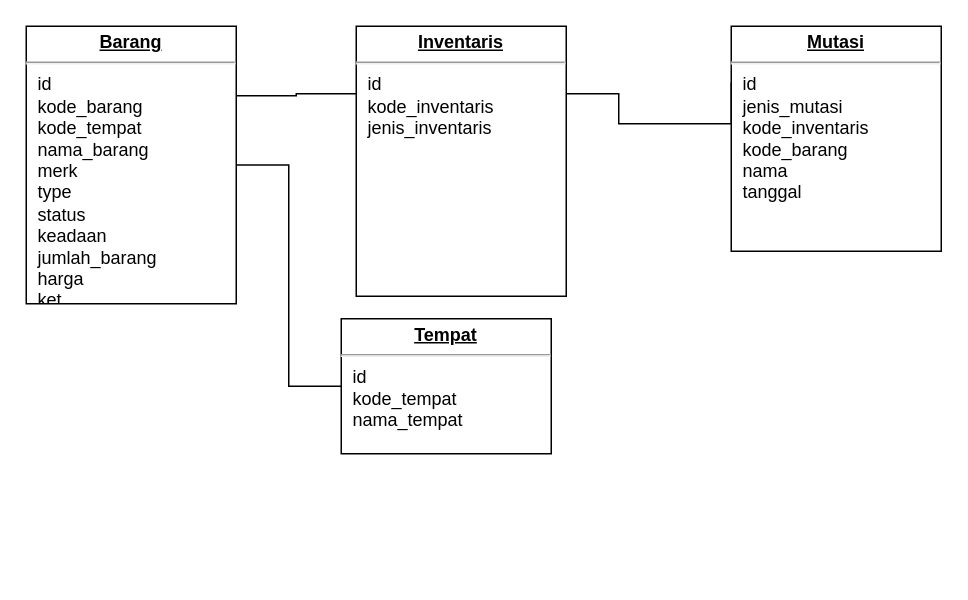
Above: Inventaris Barang.drawio in veriiswantodev/inventaris (draw.io), before the change. Source tidied: cells renumbered, new cells numbered last; positions are measured from the earlier drawing's top-left corner, leaving out a move shared by most shapes. Both pictures are drawn from the tidied source at 150%, with x=0, y=0 at pixel (26, 26).
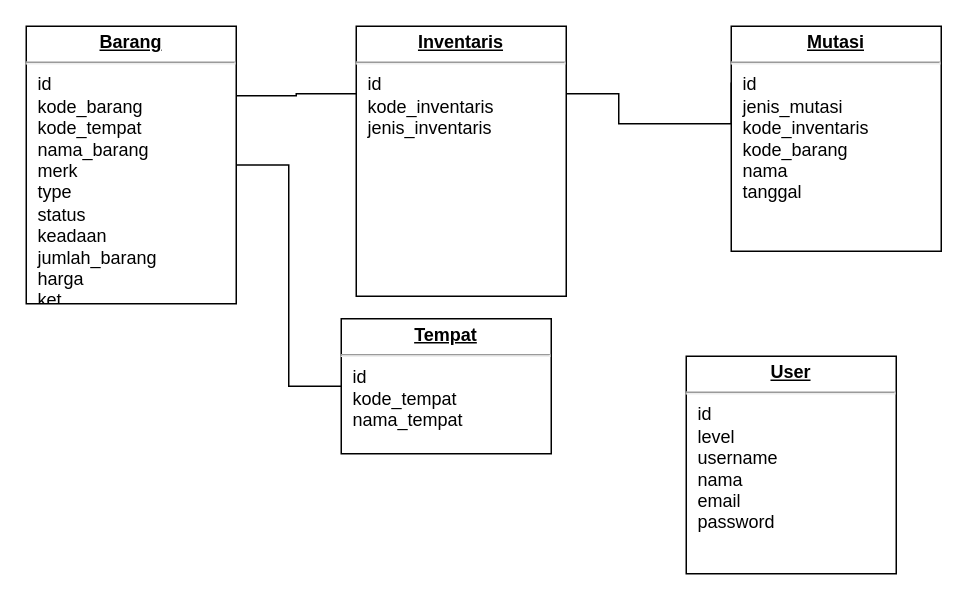
The same diagram, later.

Diff of the diagram source:
```diff
@@
 <mxGraphModel>
   <root>
     <mxCell id="0" />
     <mxCell id="1" parent="0" />
     <mxCell id="2" style="edgeStyle=orthogonalEdgeStyle;rounded=0;jettySize=auto;html=1;exitX=1;exitY=0.5;exitDx=0;exitDy=0;entryX=0;entryY=0.5;entryDx=0;entryDy=0;endArrow=none;endFill=0;" parent="1" edge="1" source="3" target="8">
       <mxGeometry relative="1" as="geometry" />
     </mxCell>
     <mxCell id="3" value="&lt;p style=&quot;margin: 0px ; margin-top: 4px ; text-align: center ; text-decoration: underline&quot;&gt;&lt;b&gt;Barang&lt;/b&gt;&lt;/p&gt;&lt;hr&gt;&lt;p style=&quot;margin: 0px ; margin-left: 8px&quot;&gt;id&lt;/p&gt;&lt;p style=&quot;margin: 0px ; margin-left: 8px&quot;&gt;kode_barang&lt;/p&gt;&lt;p style=&quot;margin: 0px ; margin-left: 8px&quot;&gt;kode_tempat&lt;br&gt;nama_barang&lt;br&gt;merk&lt;/p&gt;&lt;p style=&quot;margin: 0px ; margin-left: 8px&quot;&gt;type&lt;/p&gt;&lt;p style=&quot;margin: 0px ; margin-left: 8px&quot;&gt;status&lt;/p&gt;&lt;p style=&quot;margin: 0px ; margin-left: 8px&quot;&gt;keadaan&lt;/p&gt;&lt;p style=&quot;margin: 0px ; margin-left: 8px&quot;&gt;jumlah_barang&lt;/p&gt;&lt;p style=&quot;margin: 0px ; margin-left: 8px&quot;&gt;harga&lt;/p&gt;&lt;p style=&quot;margin: 0px ; margin-left: 8px&quot;&gt;ket&lt;/p&gt;" style="verticalAlign=top;align=left;overflow=fill;fontSize=12;fontFamily=Helvetica;html=1;rounded=0;shadow=0;comic=0;labelBackgroundColor=none;strokeWidth=1;" parent="1" vertex="1">
       <mxGeometry width="140" height="185" as="geometry" />
     </mxCell>
     <mxCell id="4" style="edgeStyle=orthogonalEdgeStyle;rounded=0;html=1;exitX=0;exitY=0.25;entryX=1;entryY=0.25;labelBackgroundColor=none;endArrow=none;endFill=0;endSize=8;fontFamily=Verdana;fontSize=12;align=left;" parent="1" edge="1" source="6" target="3">
       <mxGeometry relative="1" as="geometry" />
     </mxCell>
     <mxCell id="5" style="edgeStyle=orthogonalEdgeStyle;rounded=0;html=1;exitX=1;exitY=0.25;entryX=0;entryY=0.25;labelBackgroundColor=none;endArrow=none;endFill=0;endSize=8;fontFamily=Verdana;fontSize=12;align=left;" parent="1" edge="1" source="6" target="7">
       <mxGeometry relative="1" as="geometry">
         <Array as="points">
           <mxPoint x="395" y="45" />
           <mxPoint x="395" y="65" />
           <mxPoint x="470" y="65" />
         </Array>
       </mxGeometry>
     </mxCell>
     <mxCell id="6" value="&lt;p style=&quot;margin: 0px ; margin-top: 4px ; text-align: center ; text-decoration: underline&quot;&gt;&lt;b&gt;Inventaris&lt;/b&gt;&lt;/p&gt;&lt;hr&gt;&lt;p style=&quot;margin: 0px ; margin-left: 8px&quot;&gt;id&lt;/p&gt;&lt;p style=&quot;margin: 0px ; margin-left: 8px&quot;&gt;kode_inventaris&lt;/p&gt;&lt;p style=&quot;margin: 0px ; margin-left: 8px&quot;&gt;jenis_inventaris&lt;/p&gt;" style="verticalAlign=top;align=left;overflow=fill;fontSize=12;fontFamily=Helvetica;html=1;rounded=0;shadow=0;comic=0;labelBackgroundColor=none;strokeWidth=1;" parent="1" vertex="1">
       <mxGeometry x="220" width="140" height="180" as="geometry" />
     </mxCell>
     <mxCell id="7" value="&lt;p style=&quot;margin: 0px ; margin-top: 4px ; text-align: center ; text-decoration: underline&quot;&gt;&lt;b&gt;Mutasi&lt;/b&gt;&lt;/p&gt;&lt;hr&gt;&lt;p style=&quot;margin: 0px ; margin-left: 8px&quot;&gt;id&lt;/p&gt;&lt;p style=&quot;margin: 0px ; margin-left: 8px&quot;&gt;jenis_mutasi&lt;/p&gt;&lt;p style=&quot;margin: 0px ; margin-left: 8px&quot;&gt;kode_inventaris&lt;/p&gt;&lt;p style=&quot;margin: 0px ; margin-left: 8px&quot;&gt;kode_barang&lt;/p&gt;&lt;p style=&quot;margin: 0px ; margin-left: 8px&quot;&gt;nama&lt;/p&gt;&lt;p style=&quot;margin: 0px ; margin-left: 8px&quot;&gt;tanggal&lt;/p&gt;&lt;p style=&quot;margin: 0px ; margin-left: 8px&quot;&gt;&lt;br&gt;&lt;/p&gt;" style="verticalAlign=top;align=left;overflow=fill;fontSize=12;fontFamily=Helvetica;html=1;rounded=0;shadow=0;comic=0;labelBackgroundColor=none;strokeWidth=1;" parent="1" vertex="1">
       <mxGeometry x="470" width="140" height="150" as="geometry" />
     </mxCell>
     <mxCell id="8" value="&lt;p style=&quot;margin: 0px ; margin-top: 4px ; text-align: center ; text-decoration: underline&quot;&gt;&lt;b&gt;Tempat&lt;/b&gt;&lt;/p&gt;&lt;hr&gt;&lt;p style=&quot;margin: 0px ; margin-left: 8px&quot;&gt;id&lt;/p&gt;&lt;p style=&quot;margin: 0px ; margin-left: 8px&quot;&gt;kode_tempat&lt;/p&gt;&lt;p style=&quot;margin: 0px ; margin-left: 8px&quot;&gt;nama_tempat&lt;/p&gt;" style="verticalAlign=top;align=left;overflow=fill;fontSize=12;fontFamily=Helvetica;html=1;rounded=0;shadow=0;comic=0;labelBackgroundColor=none;strokeWidth=1;" parent="1" vertex="1">
       <mxGeometry x="210" y="195" width="140" height="90" as="geometry" />
     </mxCell>
+    <mxCell id="9" value="&lt;p style=&quot;margin: 0px ; margin-top: 4px ; text-align: center ; text-decoration: underline&quot;&gt;&lt;b&gt;User&lt;/b&gt;&lt;/p&gt;&lt;hr&gt;&lt;p style=&quot;margin: 0px ; margin-left: 8px&quot;&gt;id&lt;/p&gt;&lt;p style=&quot;margin: 0px ; margin-left: 8px&quot;&gt;level&lt;/p&gt;&lt;p style=&quot;margin: 0px ; margin-left: 8px&quot;&gt;username&lt;/p&gt;&lt;p style=&quot;margin: 0px ; margin-left: 8px&quot;&gt;nama&lt;/p&gt;&lt;p style=&quot;margin: 0px ; margin-left: 8px&quot;&gt;email&lt;/p&gt;&lt;p style=&quot;margin: 0px ; margin-left: 8px&quot;&gt;password&lt;/p&gt;" style="verticalAlign=top;align=left;overflow=fill;fontSize=12;fontFamily=Helvetica;html=1;rounded=0;shadow=0;comic=0;labelBackgroundColor=none;strokeWidth=1;" parent="1" vertex="1">
+      <mxGeometry x="440" y="220" width="140" height="145" as="geometry" />
+    </mxCell>
   </root>
 </mxGraphModel>
```
